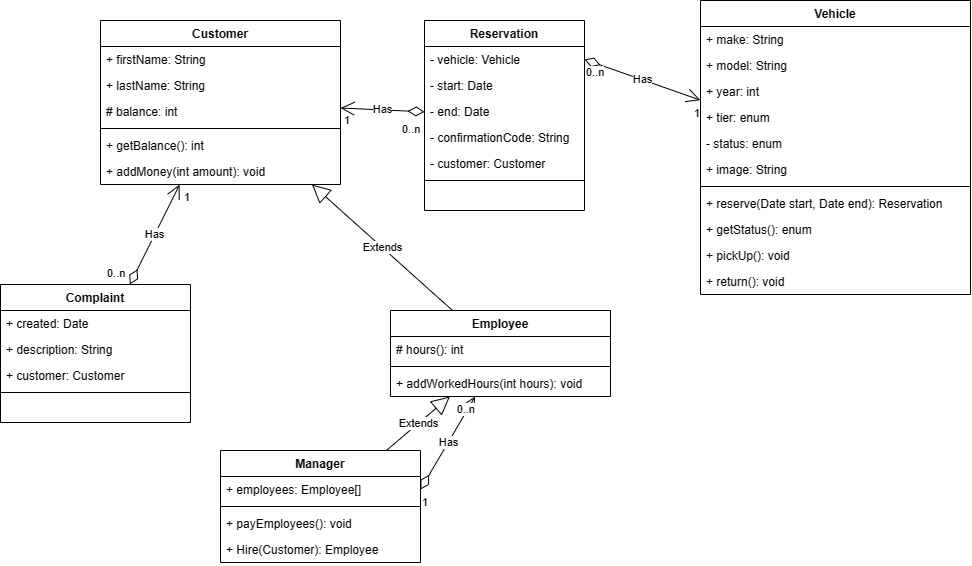
masoncfrancis/CS3450-5-App keeps this draw.io diagram as docs/OtherDiagrams/class_diagrams.png. Above is the earlier version. Source tidied: cells renumbered, new cells last; positions are measured from the earlier drawing's top-left corner, leaving out a move shared by most shapes.
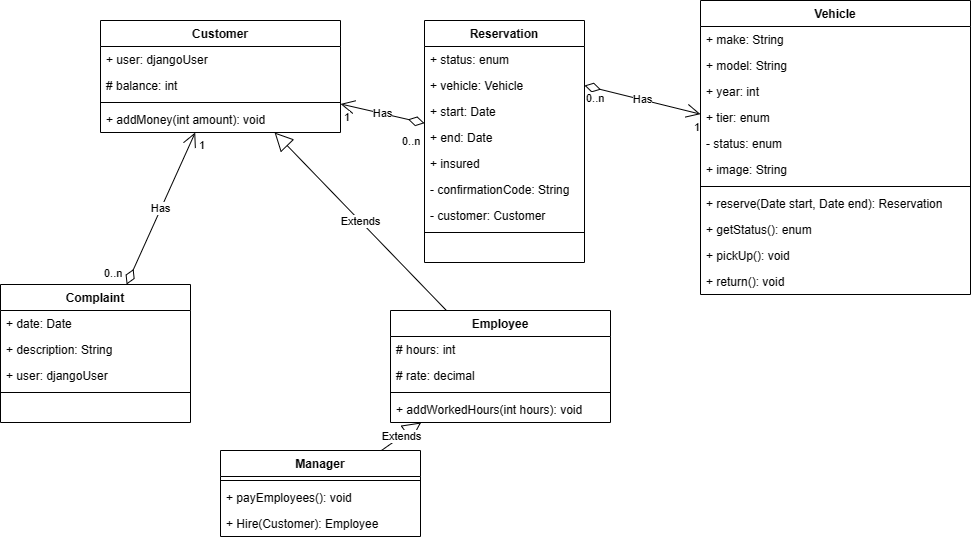
Above is the later version.

Commit message:
changes to class diagram to match implementation

The edit, as a diff of the source:
```diff
@@ -3,82 +3,82 @@
     <mxCell id="0" />
     <mxCell id="1" parent="0" />
     <mxCell id="2" value="Customer" style="swimlane;fontStyle=1;align=center;verticalAlign=top;horizontal=1;startSize=26;" parent="1" vertex="1">
-      <mxGeometry x="100" y="20" width="240" height="164" as="geometry" />
+      <mxGeometry x="100" y="20" width="240" height="112" as="geometry" />
     </mxCell>
-    <mxCell id="3" value="+ firstName: String" style="text;strokeColor=none;fillColor=none;align=left;verticalAlign=top;spacingLeft=4;spacingRight=4;overflow=hidden;" parent="2" vertex="1">
+    <mxCell id="3" value="+ user: djangoUser" style="text;strokeColor=none;fillColor=none;align=left;verticalAlign=top;spacingLeft=4;spacingRight=4;overflow=hidden;" parent="2" vertex="1">
       <mxGeometry y="26" width="240" height="26" as="geometry" />
     </mxCell>
-    <mxCell id="4" value="+ lastName: String" style="text;strokeColor=none;fillColor=none;align=left;verticalAlign=top;spacingLeft=4;spacingRight=4;overflow=hidden;" parent="2" vertex="1">
-      <mxGeometry y="52" width="240" height="26" as="geometry" />
-    </mxCell>
     <mxCell id="5" value="# balance: int" style="text;strokeColor=none;fillColor=none;align=left;verticalAlign=top;spacingLeft=4;spacingRight=4;overflow=hidden;" parent="2" vertex="1">
-      <mxGeometry y="78" width="240" height="26" as="geometry" />
+      <mxGeometry y="52" width="240" height="26" as="geometry" />
     </mxCell>
     <mxCell id="6" style="line;strokeWidth=1;fillColor=none;align=left;verticalAlign=middle;spacingTop=-1;spacingLeft=3;spacingRight=3;labelPosition=right;strokeColor=inherit;" parent="2" vertex="1">
-      <mxGeometry y="104" width="240" height="8" as="geometry" />
+      <mxGeometry y="78" width="240" height="8" as="geometry" />
     </mxCell>
-    <mxCell id="7" value="+ getBalance(): int" style="text;strokeColor=none;fillColor=none;align=left;verticalAlign=top;spacingLeft=4;spacingRight=4;overflow=hidden;" parent="2" vertex="1">
-      <mxGeometry y="112" width="240" height="26" as="geometry" />
-    </mxCell>
     <mxCell id="8" value="+ addMoney(int amount): void" style="text;strokeColor=none;fillColor=none;align=left;verticalAlign=top;spacingLeft=4;spacingRight=4;overflow=hidden;" parent="2" vertex="1">
-      <mxGeometry y="138" width="240" height="26" as="geometry" />
+      <mxGeometry y="86" width="240" height="26" as="geometry" />
     </mxCell>
     <mxCell id="9" value="Employee" style="swimlane;fontStyle=1;align=center;verticalAlign=top;horizontal=1;startSize=26;" parent="1" vertex="1">
-      <mxGeometry x="390" y="310" width="220" height="86" as="geometry" />
+      <mxGeometry x="390" y="310" width="220" height="112" as="geometry" />
     </mxCell>
-    <mxCell id="10" value="# hours(): int" style="text;strokeColor=none;fillColor=none;align=left;verticalAlign=top;spacingLeft=4;spacingRight=4;overflow=hidden;" parent="9" vertex="1">
+    <mxCell id="10" value="# hours: int" style="text;strokeColor=none;fillColor=none;align=left;verticalAlign=top;spacingLeft=4;spacingRight=4;overflow=hidden;" parent="9" vertex="1">
       <mxGeometry y="26" width="220" height="26" as="geometry" />
     </mxCell>
+    <mxCell id="58" value="# rate: decimal" style="text;strokeColor=none;fillColor=none;align=left;verticalAlign=top;spacingLeft=4;spacingRight=4;overflow=hidden;" parent="9" vertex="1">
+      <mxGeometry y="52" width="220" height="26" as="geometry" />
+    </mxCell>
     <mxCell id="11" style="line;strokeWidth=1;fillColor=none;align=left;verticalAlign=middle;spacingTop=-1;spacingLeft=3;spacingRight=3;labelPosition=right;strokeColor=inherit;" parent="9" vertex="1">
-      <mxGeometry y="52" width="220" height="8" as="geometry" />
+      <mxGeometry y="78" width="220" height="8" as="geometry" />
     </mxCell>
     <mxCell id="12" value="+ addWorkedHours(int hours): void" style="text;strokeColor=none;fillColor=none;align=left;verticalAlign=top;spacingLeft=4;spacingRight=4;overflow=hidden;" parent="9" vertex="1">
-      <mxGeometry y="60" width="220" height="26" as="geometry" />
+      <mxGeometry y="86" width="220" height="26" as="geometry" />
     </mxCell>
     <mxCell id="13" value="Extends" style="endArrow=block;endSize=16;endFill=0;html=1;rounded=0;" parent="1" edge="1" source="9" target="2">
       <mxGeometry relative="1" as="geometry" />
     </mxCell>
     <mxCell id="14" value="Manager" style="swimlane;fontStyle=1;align=center;verticalAlign=top;horizontal=1;startSize=26;" parent="1" vertex="1">
-      <mxGeometry x="220" y="450" width="200" height="112" as="geometry" />
+      <mxGeometry x="220" y="450" width="200" height="86" as="geometry" />
     </mxCell>
-    <mxCell id="15" value="+ employees: Employee[]" style="text;strokeColor=none;fillColor=none;align=left;verticalAlign=top;spacingLeft=4;spacingRight=4;overflow=hidden;points=[[0,0.5],[1,0.5]];portConstraint=eastwest;" parent="14" vertex="1">
-      <mxGeometry y="26" width="200" height="26" as="geometry" />
-    </mxCell>
     <mxCell id="16" style="line;strokeWidth=1;fillColor=none;align=left;verticalAlign=middle;spacingTop=-1;spacingLeft=3;spacingRight=3;labelPosition=right;strokeColor=inherit;" parent="14" vertex="1">
-      <mxGeometry y="52" width="200" height="8" as="geometry" />
+      <mxGeometry y="26" width="200" height="8" as="geometry" />
     </mxCell>
     <mxCell id="17" value="+ payEmployees(): void" style="text;strokeColor=none;fillColor=none;align=left;verticalAlign=top;spacingLeft=4;spacingRight=4;overflow=hidden;" parent="14" vertex="1">
-      <mxGeometry y="60" width="200" height="26" as="geometry" />
+      <mxGeometry y="34" width="200" height="26" as="geometry" />
     </mxCell>
     <mxCell id="18" value="+ Hire(Customer): Employee" style="text;strokeColor=none;fillColor=none;align=left;verticalAlign=top;spacingLeft=4;spacingRight=4;overflow=hidden;" parent="14" vertex="1">
-      <mxGeometry y="86" width="200" height="26" as="geometry" />
+      <mxGeometry y="60" width="200" height="26" as="geometry" />
     </mxCell>
     <mxCell id="19" value="Extends" style="endArrow=block;endSize=16;endFill=0;html=1;rounded=0;" parent="1" edge="1" source="14" target="9">
       <mxGeometry relative="1" as="geometry" />
     </mxCell>
     <mxCell id="20" value="Reservation" style="swimlane;fontStyle=1;align=center;verticalAlign=top;horizontal=1;startSize=26;" parent="1" vertex="1">
-      <mxGeometry x="424" y="20" width="160" height="190" as="geometry" />
+      <mxGeometry x="424" y="20" width="160" height="242" as="geometry" />
     </mxCell>
+    <mxCell id="59" value="+ status: enum" style="text;strokeColor=none;fillColor=none;align=left;verticalAlign=top;spacingLeft=4;spacingRight=4;overflow=hidden;" parent="20" vertex="1">
+      <mxGeometry y="26" width="160" height="26" as="geometry" />
+    </mxCell>
-    <mxCell id="21" value="- vehicle: Vehicle" style="text;strokeColor=none;fillColor=none;align=left;verticalAlign=top;spacingLeft=4;spacingRight=4;overflow=hidden;points=[[0,0.5],[1,0.5]];portConstraint=eastwest;" parent="20" vertex="1">
-      <mxGeometry y="26" width="160" height="26" as="geometry" />
+    <mxCell id="21" value="+ vehicle: Vehicle" style="text;strokeColor=none;fillColor=none;align=left;verticalAlign=top;spacingLeft=4;spacingRight=4;overflow=hidden;points=[[0,0.5],[1,0.5]];portConstraint=eastwest;" parent="20" vertex="1">
+      <mxGeometry y="52" width="160" height="26" as="geometry" />
     </mxCell>
-    <mxCell id="22" value="- start: Date" style="text;strokeColor=none;fillColor=none;align=left;verticalAlign=top;spacingLeft=4;spacingRight=4;overflow=hidden;" parent="20" vertex="1">
-      <mxGeometry y="52" width="160" height="26" as="geometry" />
+    <mxCell id="22" value="+ start: Date" style="text;strokeColor=none;fillColor=none;align=left;verticalAlign=top;spacingLeft=4;spacingRight=4;overflow=hidden;" parent="20" vertex="1">
+      <mxGeometry y="78" width="160" height="26" as="geometry" />
     </mxCell>
-    <mxCell id="23" value="- end: Date" style="text;strokeColor=none;fillColor=none;align=left;verticalAlign=top;spacingLeft=4;spacingRight=4;overflow=hidden;" parent="20" vertex="1">
-      <mxGeometry y="78" width="160" height="26" as="geometry" />
+    <mxCell id="23" value="+ end: Date" style="text;strokeColor=none;fillColor=none;align=left;verticalAlign=top;spacingLeft=4;spacingRight=4;overflow=hidden;" parent="20" vertex="1">
+      <mxGeometry y="104" width="160" height="26" as="geometry" />
     </mxCell>
+    <mxCell id="60" value="+ insured" style="text;strokeColor=none;fillColor=none;align=left;verticalAlign=top;spacingLeft=4;spacingRight=4;overflow=hidden;" parent="20" vertex="1">
+      <mxGeometry y="130" width="160" height="26" as="geometry" />
+    </mxCell>
     <mxCell id="24" value="- confirmationCode: String" style="text;strokeColor=none;fillColor=none;align=left;verticalAlign=top;spacingLeft=4;spacingRight=4;overflow=hidden;" parent="20" vertex="1">
-      <mxGeometry y="104" width="160" height="26" as="geometry" />
+      <mxGeometry y="156" width="160" height="26" as="geometry" />
     </mxCell>
     <mxCell id="25" value="- customer: Customer" style="text;strokeColor=none;fillColor=none;align=left;verticalAlign=top;spacingLeft=4;spacingRight=4;overflow=hidden;" parent="20" vertex="1">
-      <mxGeometry y="130" width="160" height="26" as="geometry" />
+      <mxGeometry y="182" width="160" height="26" as="geometry" />
     </mxCell>
     <mxCell id="26" style="line;strokeWidth=1;fillColor=none;align=left;verticalAlign=middle;spacingTop=-1;spacingLeft=3;spacingRight=3;labelPosition=right;strokeColor=inherit;" parent="20" vertex="1">
-      <mxGeometry y="156" width="160" height="8" as="geometry" />
+      <mxGeometry y="208" width="160" height="8" as="geometry" />
     </mxCell>
     <mxCell id="27" value=" " style="text;strokeColor=none;fillColor=none;align=left;verticalAlign=top;spacingLeft=4;spacingRight=4;overflow=hidden;" parent="20" vertex="1">
-      <mxGeometry y="164" width="160" height="26" as="geometry" />
+      <mxGeometry y="216" width="160" height="26" as="geometry" />
     </mxCell>
     <mxCell id="28" value="Has" style="endArrow=open;html=1;endSize=12;startArrow=diamondThin;startSize=14;startFill=0;rounded=0;" parent="1" edge="1" source="20" target="2">
       <mxGeometry relative="1" as="geometry" />
@@ -129,7 +129,7 @@
     <mxCell id="42" value="+ return(): void" style="text;strokeColor=none;fillColor=none;align=left;verticalAlign=top;spacingLeft=4;spacingRight=4;overflow=hidden;" parent="31" vertex="1">
       <mxGeometry y="268" width="270" height="26" as="geometry" />
     </mxCell>
-    <mxCell id="43" value="Has" style="endArrow=open;html=1;endSize=12;startArrow=diamondThin;startSize=14;startFill=0;rounded=0;exitX=1;exitY=0.5;exitDx=0;exitDy=0;" parent="1" edge="1" source="15" target="9">
+    <mxCell id="43" value="Has" style="endArrow=open;html=1;endSize=12;startArrow=diamondThin;startSize=14;startFill=0;rounded=0;exitX=1;exitY=0.5;exitDx=0;exitDy=0;" parent="1" edge="1" source="x" target="9">
       <mxGeometry relative="1" as="geometry" />
     </mxCell>
     <mxCell id="44" value="1" style="edgeLabel;html=1;align=left;verticalAlign=top;" parent="43" vertex="1">
@@ -150,13 +150,13 @@
     <mxCell id="49" value="Complaint" style="swimlane;fontStyle=1;align=center;verticalAlign=top;horizontal=1;startSize=26;fontSize=12;" parent="1" vertex="1">
       <mxGeometry y="284" width="190" height="138" as="geometry" />
     </mxCell>
-    <mxCell id="50" value="+ created: Date" style="text;strokeColor=none;fillColor=none;align=left;verticalAlign=top;spacingLeft=4;spacingRight=4;overflow=hidden;fontSize=12;" parent="49" vertex="1">
+    <mxCell id="50" value="+ date: Date" style="text;strokeColor=none;fillColor=none;align=left;verticalAlign=top;spacingLeft=4;spacingRight=4;overflow=hidden;fontSize=12;" parent="49" vertex="1">
       <mxGeometry y="26" width="190" height="26" as="geometry" />
     </mxCell>
     <mxCell id="51" value="+ description: String" style="text;strokeColor=none;fillColor=none;align=left;verticalAlign=top;spacingLeft=4;spacingRight=4;overflow=hidden;fontSize=12;" parent="49" vertex="1">
       <mxGeometry y="52" width="190" height="26" as="geometry" />
     </mxCell>
-    <mxCell id="52" value="+ customer: Customer" style="text;strokeColor=none;fillColor=none;align=left;verticalAlign=top;spacingLeft=4;spacingRight=4;overflow=hidden;fontSize=12;" parent="49" vertex="1">
+    <mxCell id="52" value="+ user: djangoUser" style="text;strokeColor=none;fillColor=none;align=left;verticalAlign=top;spacingLeft=4;spacingRight=4;overflow=hidden;fontSize=12;" parent="49" vertex="1">
       <mxGeometry y="78" width="190" height="26" as="geometry" />
     </mxCell>
     <mxCell id="53" style="line;strokeWidth=1;fillColor=none;align=left;verticalAlign=middle;spacingTop=-1;spacingLeft=3;spacingRight=3;labelPosition=right;strokeColor=inherit;fontSize=16;" parent="49" vertex="1">
```
